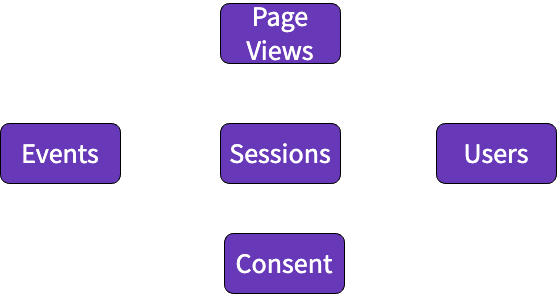
snowplow/documentation keeps this draw.io diagram as docs/modeling-your-data/modeling-your-data-with-dbt/dbt-models/dbt-web-data-model/images/web-process-dark.drawio.png. Above is the earlier version. Source tidied: cells renumbered, new cells last; positions are measured from the earlier drawing's top-left corner, leaving out a move shared by most shapes.
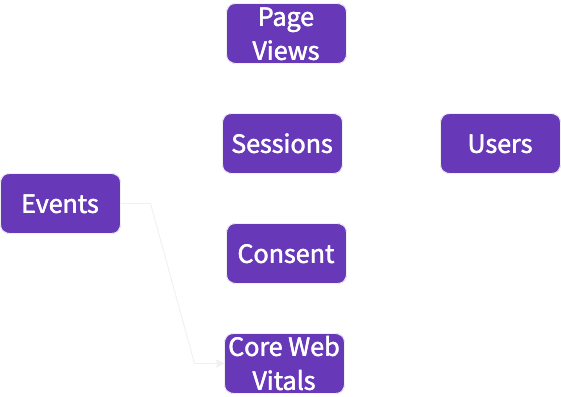
The same file after the commit.

The edit, as a diff of the source:
```diff
@@ -11,6 +11,9 @@
     <mxCell id="4" style="edgeStyle=entityRelationEdgeStyle;rounded=0;jettySize=auto;html=1;exitX=1;exitY=0.5;exitDx=0;exitDy=0;entryX=0;entryY=0.5;entryDx=0;entryDy=0;fontFamily=Source Sans Pro;fontSource=https%3A%2F%2Ffonts.googleapis.com%2Fcss%3Ffamily%3DSource%2BSans%2BPro;fontSize=28;strokeColor=#FFFFFF;fontColor=#FFFFFF;" parent="1" edge="1" source="5" target="10">
       <mxGeometry relative="1" as="geometry" />
     </mxCell>
+    <mxCell id="11" style="edgeStyle=entityRelationEdgeStyle;rounded=0;jettySize=auto;html=1;exitX=1;exitY=0.5;exitDx=0;exitDy=0;entryX=0;entryY=0.5;entryDx=0;entryDy=0;elbow=vertical;" parent="1" edge="1" source="5" target="12">
+      <mxGeometry relative="1" as="geometry" />
+    </mxCell>
     <mxCell id="5" value="Events" style="rounded=1;whiteSpace=wrap;html=1;fontFamily=Source Sans Pro;fontSource=https%3A%2F%2Ffonts.googleapis.com%2Fcss%3Ffamily%3DSource%2BSans%2BPro;fontSize=28;fontStyle=0;fillColor=#6738B8;fontColor=#FFFFFF;" parent="1" vertex="1">
       <mxGeometry y="120" width="120" height="60" as="geometry" />
     </mxCell>
@@ -18,16 +21,19 @@
       <mxGeometry relative="1" as="geometry" />
     </mxCell>
     <mxCell id="7" value="Sessions" style="rounded=1;whiteSpace=wrap;html=1;fontFamily=Source Sans Pro;fontSource=https%3A%2F%2Ffonts.googleapis.com%2Fcss%3Ffamily%3DSource%2BSans%2BPro;fontSize=28;fontStyle=0;fillColor=#6738B8;fontColor=#FFFFFF;" parent="1" vertex="1">
-      <mxGeometry x="220" y="120" width="120" height="60" as="geometry" />
+      <mxGeometry x="222" y="60" width="120" height="60" as="geometry" />
     </mxCell>
     <mxCell id="8" value="Page Views" style="rounded=1;whiteSpace=wrap;html=1;fontFamily=Source Sans Pro;fontSource=https%3A%2F%2Ffonts.googleapis.com%2Fcss%3Ffamily%3DSource%2BSans%2BPro;fontSize=28;fontStyle=0;fillColor=#6738B8;fontColor=#FFFFFF;" parent="1" vertex="1">
-      <mxGeometry x="220" width="120" height="60" as="geometry" />
+      <mxGeometry x="226" y="-50" width="120" height="60" as="geometry" />
     </mxCell>
     <mxCell id="9" value="Users" style="rounded=1;whiteSpace=wrap;html=1;fontFamily=Source Sans Pro;fontSource=https%3A%2F%2Ffonts.googleapis.com%2Fcss%3Ffamily%3DSource%2BSans%2BPro;fontSize=28;fontStyle=0;fillColor=#6738B8;fontColor=#FFFFFF;" parent="1" vertex="1">
-      <mxGeometry x="436" y="120" width="120" height="60" as="geometry" />
+      <mxGeometry x="440" y="60" width="120" height="60" as="geometry" />
     </mxCell>
     <mxCell id="10" value="Consent" style="rounded=1;whiteSpace=wrap;html=1;fontFamily=Source Sans Pro;fontSource=https%3A%2F%2Ffonts.googleapis.com%2Fcss%3Ffamily%3DSource%2BSans%2BPro;fontSize=28;fontStyle=0;fillColor=#6738B8;fontColor=#FFFFFF;" parent="1" vertex="1">
-      <mxGeometry x="224" y="230" width="120" height="60" as="geometry" />
+      <mxGeometry x="226" y="170" width="120" height="60" as="geometry" />
     </mxCell>
+    <mxCell id="12" value="Core Web Vitals" style="rounded=1;whiteSpace=wrap;html=1;fontFamily=Source Sans Pro;fontSource=https%3A%2F%2Ffonts.googleapis.com%2Fcss%3Ffamily%3DSource%2BSans%2BPro;fontSize=28;fontStyle=0;fillColor=#6738B8;fontColor=#FFFFFF;" parent="1" vertex="1">
+      <mxGeometry x="224" y="280" width="120" height="60" as="geometry" />
+    </mxCell>
   </root>
 </mxGraphModel>
```
